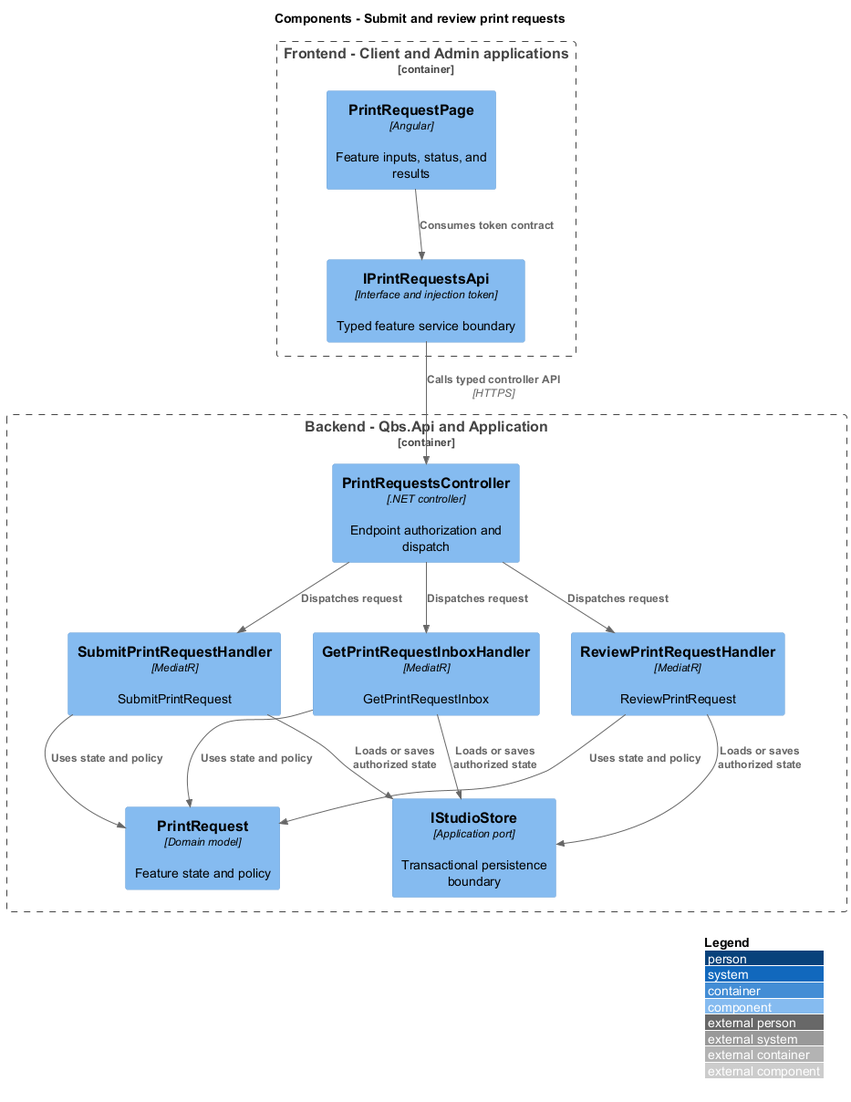
Before: docs/detailed-designs/prints-and-albums/submit-and-review-print-requests/diagrams/c4-component.png, a diagram exported from PlantUML (QuinntyneBrown/quinntyne-brown-studio).
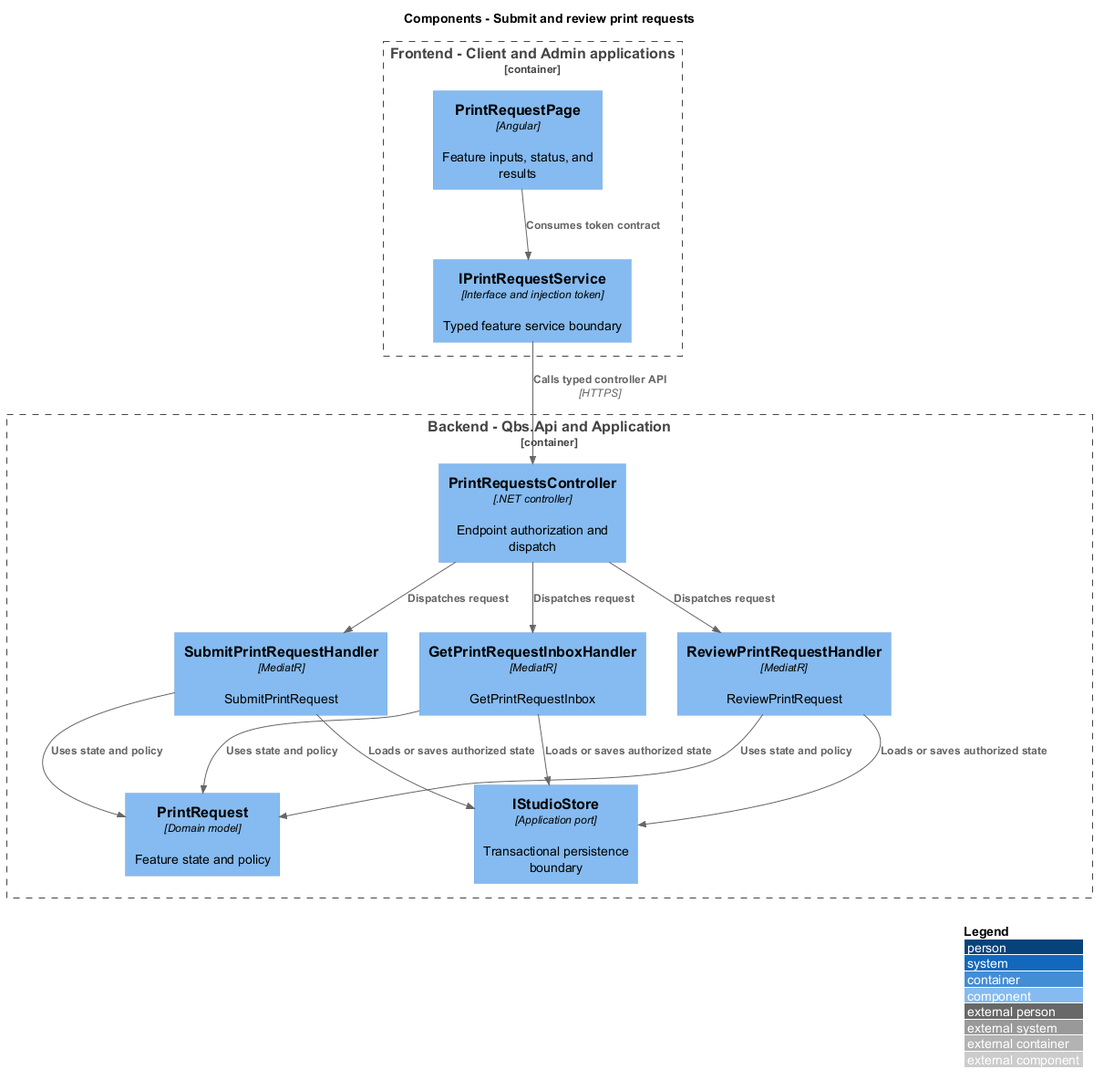
After the commit.

What changed in the source:
```diff
@@ -4,7 +4,7 @@
 title Components - Submit and review print requests
 Container_Boundary(frontend, "Frontend - Client and Admin applications") {
  Component(page, "PrintRequestPage", "Angular", "Feature inputs, status, and results")
- Component(client, "IPrintRequestsApi", "Interface and injection token", "Typed feature service boundary")
+ Component(client, "IPrintRequestService", "Interface and injection token", "Typed feature service boundary")
 }
 Container_Boundary(api, "Backend - Qbs.Api and Application") {
  Component(ctrl, "PrintRequestsController", ".NET controller", "Endpoint authorization and dispatch")
```
